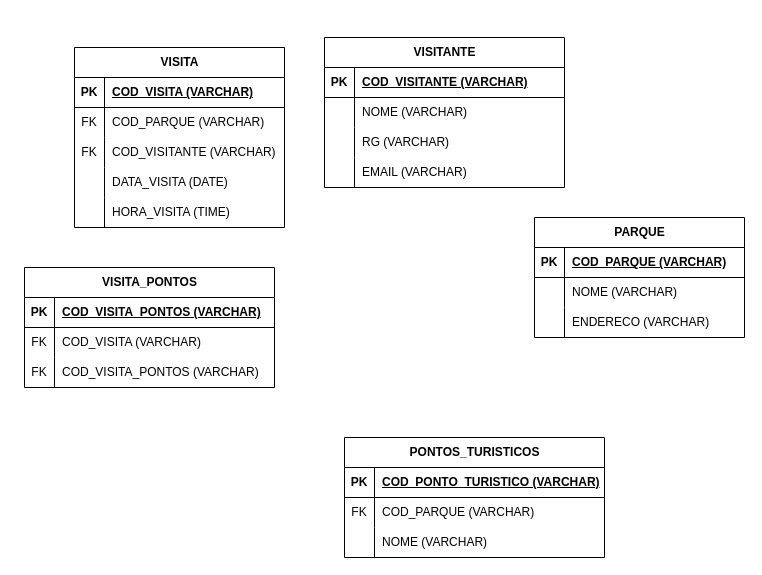
Before: DCP_VisitaParque.drawio in jennifergomes/BD, a draw.io diagram. Source tidied: cells renumbered, new cells numbered last; positions are measured from the earlier drawing's top-left corner, leaving out a move shared by most shapes. Both pictures are drawn from the tidied source at 100%, with x=0, y=0 at pixel (24, 37).
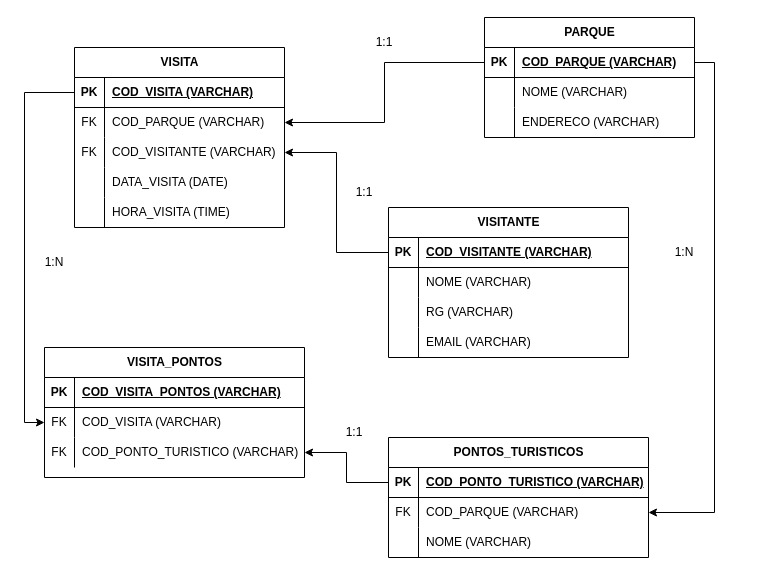
After the change.

The change refers to these unchanged cells:
```xml
<mxCell id="3" style="shape=tableRow;horizontal=0;startSize=0;swimlaneHead=0;swimlaneBody=0;fillColor=none;points=[[0,0.5],[1,0.5]];portConstraint=eastwest;top=0;left=0;right=0;bottom=1;" parent="2" vertex="1">
  <mxGeometry y="30" width="210" height="30" as="geometry" />
</mxCell>
<mxCell id="6" style="shape=tableRow;horizontal=0;startSize=0;swimlaneHead=0;swimlaneBody=0;fillColor=none;points=[[0,0.5],[1,0.5]];portConstraint=eastwest;top=0;left=0;right=0;bottom=0;" parent="2" vertex="1">
  <mxGeometry y="60" width="210" height="30" as="geometry" />
</mxCell>
<mxCell id="9" style="shape=tableRow;horizontal=0;startSize=0;swimlaneHead=0;swimlaneBody=0;fillColor=none;points=[[0,0.5],[1,0.5]];portConstraint=eastwest;top=0;left=0;right=0;bottom=0;" parent="2" vertex="1">
  <mxGeometry y="90" width="210" height="30" as="geometry" />
</mxCell>
<mxCell id="19" style="shape=tableRow;horizontal=0;startSize=0;swimlaneHead=0;swimlaneBody=0;fillColor=none;points=[[0,0.5],[1,0.5]];portConstraint=eastwest;top=0;left=0;right=0;bottom=1;" parent="18" vertex="1">
  <mxGeometry y="30" width="240" height="30" as="geometry" />
</mxCell>
<mxCell id="42" style="shape=tableRow;horizontal=0;startSize=0;swimlaneHead=0;swimlaneBody=0;fillColor=none;points=[[0,0.5],[1,0.5]];portConstraint=eastwest;top=0;left=0;right=0;bottom=1;" parent="41" vertex="1">
  <mxGeometry y="30" width="260" height="30" as="geometry" />
</mxCell>
<mxCell id="45" style="shape=tableRow;horizontal=0;startSize=0;swimlaneHead=0;swimlaneBody=0;fillColor=none;points=[[0,0.5],[1,0.5]];portConstraint=eastwest;top=0;left=0;right=0;bottom=0;" parent="41" vertex="1">
  <mxGeometry y="60" width="260" height="30" as="geometry" />
</mxCell>
<mxCell id="52" style="shape=tableRow;horizontal=0;startSize=0;swimlaneHead=0;swimlaneBody=0;fillColor=none;points=[[0,0.5],[1,0.5]];portConstraint=eastwest;top=0;left=0;right=0;bottom=1;" parent="51" vertex="1">
  <mxGeometry y="30" width="210" height="30" as="geometry" />
</mxCell>
```

Diff of the diagram source:
```diff
@@
     <mxCell id="18" value="VISITANTE" style="shape=table;startSize=30;childLayout=tableLayout;rowLines=0;fontStyle=1;align=center;html=1;swimlaneLine=1;" parent="1" vertex="1">
-      <mxGeometry x="300" width="240" height="150" as="geometry" />
+      <mxGeometry x="364" y="170" width="240" height="150" as="geometry" />
     </mxCell>
@@
     <mxCell id="31" value="VISITA_PONTOS" style="shape=table;startSize=30;childLayout=tableLayout;rowLines=0;fontStyle=1;align=center;html=1;swimlaneLine=1;" parent="1" vertex="1">
-      <mxGeometry y="230" width="250" height="120" as="geometry" />
+      <mxGeometry x="20" y="310" width="260" height="130" as="geometry" />
     </mxCell>
     <mxCell id="32" style="shape=tableRow;horizontal=0;startSize=0;swimlaneHead=0;swimlaneBody=0;fillColor=none;top=0;left=0;right=0;bottom=1;" parent="31" vertex="1">
-      <mxGeometry y="30" width="250" height="30" as="geometry" />
+      <mxGeometry y="30" width="260" height="30" as="geometry" />
     </mxCell>
@@
     <mxCell id="34" value="COD_VISITA_PONTOS (VARCHAR)" style="shape=partialRectangle;fillColor=none;top=0;left=0;bottom=0;right=0;align=left;spacingLeft=6;fontStyle=5;overflow=hidden;whiteSpace=wrap;html=1;" parent="32" vertex="1">
-      <mxGeometry x="30" width="220" height="30" as="geometry" />
+      <mxGeometry x="30" width="230" height="30" as="geometry" />
     </mxCell>
     <mxCell id="35" style="shape=tableRow;horizontal=0;startSize=0;swimlaneHead=0;swimlaneBody=0;fillColor=none;points=[[0,0.5],[1,0.5]];portConstraint=eastwest;top=0;left=0;right=0;bottom=0;" parent="31" vertex="1">
-      <mxGeometry y="60" width="250" height="30" as="geometry" />
+      <mxGeometry y="60" width="260" height="30" as="geometry" />
     </mxCell>
@@
     <mxCell id="37" value="COD_VISITA (VARCHAR)" style="shape=partialRectangle;fillColor=none;top=0;left=0;bottom=0;right=0;align=left;spacingLeft=6;overflow=hidden;whiteSpace=wrap;html=1;" parent="35" vertex="1">
-      <mxGeometry x="30" width="220" height="30" as="geometry" />
+      <mxGeometry x="30" width="230" height="30" as="geometry" />
     </mxCell>
     <mxCell id="38" style="shape=tableRow;horizontal=0;startSize=0;swimlaneHead=0;swimlaneBody=0;fillColor=none;points=[[0,0.5],[1,0.5]];portConstraint=eastwest;top=0;left=0;right=0;bottom=0;" parent="31" vertex="1">
-      <mxGeometry y="90" width="250" height="30" as="geometry" />
+      <mxGeometry y="90" width="260" height="30" as="geometry" />
     </mxCell>
@@
-    <mxCell id="40" value="COD_VISITA_PONTOS (VARCHAR)" style="shape=partialRectangle;fillColor=none;top=0;left=0;bottom=0;right=0;align=left;spacingLeft=6;overflow=hidden;whiteSpace=wrap;html=1;" parent="38" vertex="1">
-      <mxGeometry x="30" width="220" height="30" as="geometry" />
+    <mxCell id="40" value="COD_PONTO_TURISTICO (VARCHAR)" style="shape=partialRectangle;fillColor=none;top=0;left=0;bottom=0;right=0;align=left;spacingLeft=6;overflow=hidden;whiteSpace=wrap;html=1;" parent="38" vertex="1">
+      <mxGeometry x="30" width="230" height="30" as="geometry" />
     </mxCell>
     <mxCell id="41" value="PONTOS_TURISTICOS" style="shape=table;startSize=30;childLayout=tableLayout;rowLines=0;fontStyle=1;align=center;html=1;swimlaneLine=1;" parent="1" vertex="1">
-      <mxGeometry x="320" y="400" width="260" height="120" as="geometry" />
+      <mxGeometry x="364" y="400" width="260" height="120" as="geometry" />
     </mxCell>
@@
     <mxCell id="51" value="PARQUE" style="shape=table;startSize=30;childLayout=tableLayout;rowLines=0;fontStyle=1;align=center;html=1;swimlaneLine=1;" parent="1" vertex="1">
-      <mxGeometry x="510" y="180" width="210" height="120" as="geometry" />
+      <mxGeometry x="460" y="-20" width="210" height="120" as="geometry" />
     </mxCell>
@@
+    <mxCell id="61" style="edgeStyle=orthogonalEdgeStyle;rounded=0;jettySize=auto;html=1;exitX=0;exitY=0.5;exitDx=0;exitDy=0;entryX=0;entryY=0.5;entryDx=0;entryDy=0;" parent="1" edge="1" source="3" target="35">
+      <mxGeometry relative="1" as="geometry" />
+    </mxCell>
+    <mxCell id="62" style="edgeStyle=orthogonalEdgeStyle;rounded=0;jettySize=auto;html=1;exitX=0;exitY=0.5;exitDx=0;exitDy=0;entryX=1;entryY=0.5;entryDx=0;entryDy=0;" parent="1" edge="1" source="19" target="9">
+      <mxGeometry relative="1" as="geometry" />
+    </mxCell>
+    <mxCell id="63" style="edgeStyle=orthogonalEdgeStyle;rounded=0;jettySize=auto;html=1;exitX=0;exitY=0.5;exitDx=0;exitDy=0;entryX=1;entryY=0.5;entryDx=0;entryDy=0;" parent="1" edge="1" source="52" target="6">
+      <mxGeometry relative="1" as="geometry" />
+    </mxCell>
+    <mxCell id="64" style="edgeStyle=orthogonalEdgeStyle;rounded=0;jettySize=auto;html=1;exitX=1;exitY=0.5;exitDx=0;exitDy=0;entryX=1;entryY=0.5;entryDx=0;entryDy=0;" parent="1" edge="1" source="52" target="45">
+      <mxGeometry relative="1" as="geometry" />
+    </mxCell>
+    <mxCell id="65" style="edgeStyle=orthogonalEdgeStyle;rounded=0;jettySize=auto;html=1;exitX=0;exitY=0.5;exitDx=0;exitDy=0;entryX=1;entryY=0.5;entryDx=0;entryDy=0;" parent="1" edge="1" source="42" target="38">
+      <mxGeometry relative="1" as="geometry" />
+    </mxCell>
+    <mxCell id="66" value="1:1" style="text;html=1;strokeColor=none;fillColor=none;align=center;verticalAlign=middle;whiteSpace=wrap;rounded=0;" parent="1" vertex="1">
+      <mxGeometry x="330" y="-10" width="60" height="30" as="geometry" />
+    </mxCell>
+    <mxCell id="67" value="1:1" style="text;html=1;strokeColor=none;fillColor=none;align=center;verticalAlign=middle;whiteSpace=wrap;rounded=0;" parent="1" vertex="1">
+      <mxGeometry x="310" y="140" width="60" height="30" as="geometry" />
+    </mxCell>
+    <mxCell id="68" value="1:1" style="text;html=1;strokeColor=none;fillColor=none;align=center;verticalAlign=middle;whiteSpace=wrap;rounded=0;" parent="1" vertex="1">
+      <mxGeometry x="300" y="380" width="60" height="30" as="geometry" />
+    </mxCell>
+    <mxCell id="69" value="1:N" style="text;html=1;strokeColor=none;fillColor=none;align=center;verticalAlign=middle;whiteSpace=wrap;rounded=0;" parent="1" vertex="1">
+      <mxGeometry y="210" width="60" height="30" as="geometry" />
+    </mxCell>
+    <mxCell id="70" value="1:N" style="text;html=1;strokeColor=none;fillColor=none;align=center;verticalAlign=middle;whiteSpace=wrap;rounded=0;" parent="1" vertex="1">
+      <mxGeometry x="630" y="200" width="60" height="30" as="geometry" />
+    </mxCell>
```
